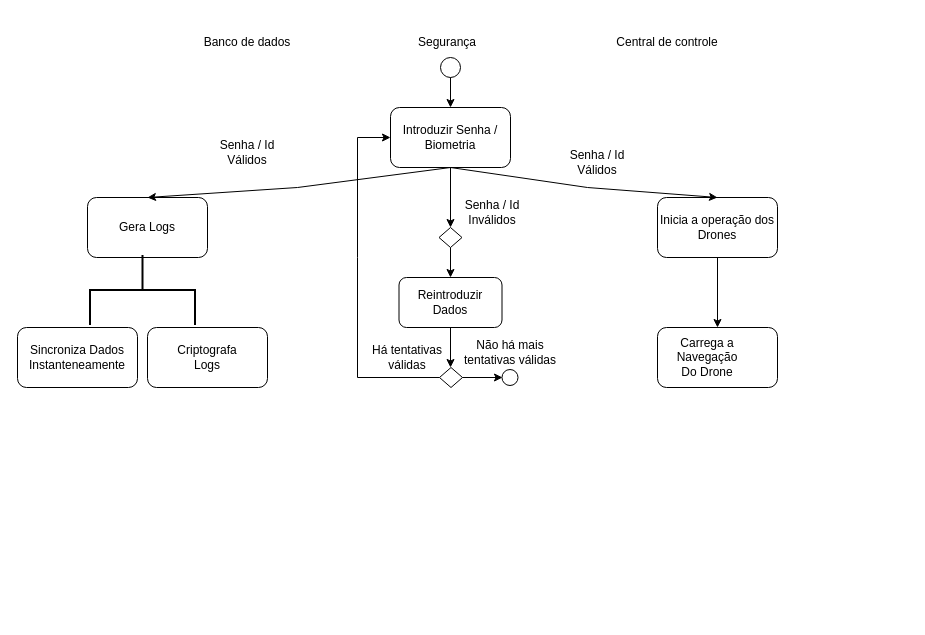
This is Diagrama sem nome.drawio from GrupoProjeto021/UML-Classroom-FCI, a draw.io file, before an edit. Source tidied: cells renumbered, new cells numbered last; positions are measured from the earlier drawing's top-left corner, leaving out a move shared by most shapes. Both pictures are drawn from the tidied source at 100%, with x=0, y=0 at pixel (17, 27).
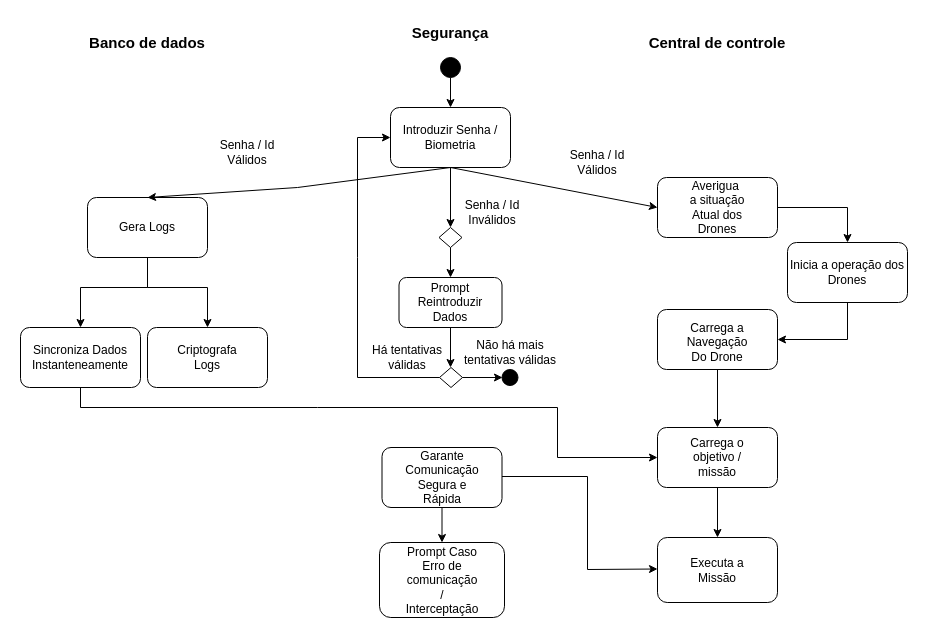
After the change.

The change refers to these unchanged cells:
```xml
<mxCell id="4" value="Introduzir Senha / Biometria" style="rounded=1;whiteSpace=wrap;html=1;" parent="1" vertex="1">
  <mxGeometry x="373" y="80" width="120" height="60" as="geometry" />
</mxCell>
<mxCell id="10" style="rounded=1;whiteSpace=wrap;html=1;" parent="1" vertex="1">
  <mxGeometry x="70" y="170" width="120" height="60" as="geometry" />
</mxCell>
<mxCell id="12" style="rounded=1;whiteSpace=wrap;html=1;" parent="1" vertex="1">
  <mxGeometry x="130" y="300" width="120" height="60" as="geometry" />
</mxCell>
```

The edit, as a diff of the source:
```diff
@@
-    <mxCell id="2" value="Segurança" style="text;html=1;align=center;verticalAlign=middle;whiteSpace=wrap;rounded=0;" parent="1" vertex="1">
-      <mxGeometry x="400" width="60" height="30" as="geometry" />
+    <mxCell id="2" value="Segurança" style="text;html=1;align=center;verticalAlign=middle;whiteSpace=wrap;rounded=0;fontSize=15;fontStyle=1;" parent="1" vertex="1">
+      <mxGeometry x="403" y="-10" width="60" height="30" as="geometry" />
     </mxCell>
-    <mxCell id="3" value="Central de controle" style="text;html=1;align=center;verticalAlign=middle;whiteSpace=wrap;rounded=0;" parent="1" vertex="1">
-      <mxGeometry x="550" width="200" height="30" as="geometry" />
+    <mxCell id="3" value="Central de controle" style="text;html=1;align=center;verticalAlign=middle;whiteSpace=wrap;rounded=0;fontSize=15;fontStyle=1;" parent="1" vertex="1">
+      <mxGeometry x="600" width="200" height="30" as="geometry" />
     </mxCell>
@@
-    <mxCell id="5" value="Banco de dados" style="text;html=1;align=center;verticalAlign=middle;whiteSpace=wrap;rounded=0;" parent="1" vertex="1">
-      <mxGeometry x="110" width="240" height="30" as="geometry" />
+    <mxCell id="5" value="Banco de dados" style="text;html=1;align=center;verticalAlign=middle;whiteSpace=wrap;rounded=0;fontSize=15;fontStyle=1;" parent="1" vertex="1">
+      <mxGeometry x="10" width="240" height="30" as="geometry" />
     </mxCell>
     <mxCell id="6" value="Inicia a operação dos Drones" style="rounded=1;whiteSpace=wrap;html=1;" parent="1" vertex="1">
-      <mxGeometry x="640" y="170" width="120" height="60" as="geometry" />
+      <mxGeometry x="770" y="215" width="120" height="60" as="geometry" />
     </mxCell>
-    <mxCell id="7" style="endArrow=classic;html=1;rounded=0;exitX=0.5;exitY=1;exitDx=0;exitDy=0;entryX=0.5;entryY=0;entryDx=0;entryDy=0;" parent="1" edge="1" source="6" target="8">
-      <mxGeometry relative="1" as="geometry" />
-    </mxCell>
     <mxCell id="8" style="rounded=1;whiteSpace=wrap;html=1;" parent="1" vertex="1">
-      <mxGeometry x="640" y="300" width="120" height="60" as="geometry" />
+      <mxGeometry x="640" y="282" width="120" height="60" as="geometry" />
     </mxCell>
     <mxCell id="9" value="Carrega a Navegação Do Drone" style="text;html=1;align=center;verticalAlign=middle;whiteSpace=wrap;rounded=0;" parent="1" vertex="1">
-      <mxGeometry x="660" y="315" width="60" height="30" as="geometry" />
+      <mxGeometry x="670" y="300" width="60" height="30" as="geometry" />
     </mxCell>
@@
     <mxCell id="14" style="rounded=1;whiteSpace=wrap;html=1;" parent="1" vertex="1">
-      <mxGeometry y="300" width="120" height="60" as="geometry" />
+      <mxGeometry x="3" y="300" width="120" height="60" as="geometry" />
     </mxCell>
-    <mxCell id="15" style="ellipse;whiteSpace=wrap;html=1;" parent="1" vertex="1">
+    <mxCell id="15" style="ellipse;whiteSpace=wrap;html=1;fillColor=#000000;" parent="1" vertex="1">
       <mxGeometry x="423" y="30" width="20" height="20" as="geometry" />
     </mxCell>
@@
-    <mxCell id="17" style="endArrow=classic;html=1;rounded=0;entryX=0.5;entryY=0;entryDx=0;entryDy=0;exitX=0.5;exitY=1;exitDx=0;exitDy=0;" parent="1" edge="1" source="4" target="6">
-      <mxGeometry relative="1" as="geometry">
-        <Array as="points">
-          <mxPoint x="570" y="160" />
-        </Array>
-      </mxGeometry>
-    </mxCell>
-    <mxCell id="18" style="strokeWidth=2;html=1;shape=mxgraph.flowchart.annotation_2;align=left;labelPosition=right;rotation=90;" parent="1" vertex="1">
-      <mxGeometry x="90" y="210" width="70" height="105" as="geometry" />
-    </mxCell>
     <mxCell id="19" value="Sincroniza Dados Instanteneamente" style="text;html=1;align=center;verticalAlign=middle;whiteSpace=wrap;rounded=0;" parent="1" vertex="1">
-      <mxGeometry x="30" y="315" width="60" height="30" as="geometry" />
+      <mxGeometry x="33" y="315" width="60" height="30" as="geometry" />
     </mxCell>
@@
-    <mxCell id="28" value="Reintroduzir&lt;div&gt;Dados&lt;/div&gt;" style="text;html=1;align=center;verticalAlign=middle;whiteSpace=wrap;rounded=0;" parent="1" vertex="1">
+    <mxCell id="28" value="Prompt Reintroduzir Dados" style="text;html=1;align=center;verticalAlign=middle;whiteSpace=wrap;rounded=0;" parent="1" vertex="1">
       <mxGeometry x="403" y="260" width="60" height="30" as="geometry" />
     </mxCell>
@@
-    <mxCell id="32" style="ellipse;whiteSpace=wrap;html=1;" parent="1" vertex="1">
+    <mxCell id="32" style="ellipse;whiteSpace=wrap;html=1;fillColor=#000000;" parent="1" vertex="1">
       <mxGeometry x="484.5" y="342" width="16" height="16" as="geometry" />
     </mxCell>
@@
+    <mxCell id="36" style="endArrow=classic;html=1;rounded=0;exitX=0.5;exitY=1;exitDx=0;exitDy=0;entryX=0.5;entryY=0;entryDx=0;entryDy=0;" parent="1" edge="1" source="10" target="12">
+      <mxGeometry relative="1" as="geometry">
+        <Array as="points">
+          <mxPoint x="130" y="260" />
+          <mxPoint x="190" y="260" />
+        </Array>
+      </mxGeometry>
+    </mxCell>
+    <mxCell id="37" style="endArrow=classic;html=1;rounded=0;exitX=0.5;exitY=1;exitDx=0;exitDy=0;entryX=0.5;entryY=0;entryDx=0;entryDy=0;" parent="1" edge="1" source="10" target="14">
+      <mxGeometry relative="1" as="geometry">
+        <Array as="points">
+          <mxPoint x="130" y="260" />
+          <mxPoint x="63" y="260" />
+        </Array>
+      </mxGeometry>
+    </mxCell>
+    <mxCell id="38" style="endArrow=classic;html=1;rounded=0;exitX=0.5;exitY=1;exitDx=0;exitDy=0;" parent="1" edge="1" source="8">
+      <mxGeometry relative="1" as="geometry">
+        <mxPoint x="700" y="400" as="targetPoint" />
+      </mxGeometry>
+    </mxCell>
+    <mxCell id="39" style="edgeStyle=orthogonalEdgeStyle;rounded=0;orthogonalLoop=1;jettySize=auto;html=1;exitX=0.5;exitY=1;exitDx=0;exitDy=0;" parent="1" edge="1" source="9" target="9">
+      <mxGeometry relative="1" as="geometry" />
+    </mxCell>
+    <mxCell id="40" style="rounded=1;whiteSpace=wrap;html=1;" parent="1" vertex="1">
+      <mxGeometry x="640" y="400" width="120" height="60" as="geometry" />
+    </mxCell>
+    <mxCell id="41" value="Carrega o objetivo / missão" style="text;html=1;align=center;verticalAlign=middle;whiteSpace=wrap;rounded=0;" parent="1" vertex="1">
+      <mxGeometry x="670" y="415" width="60" height="30" as="geometry" />
+    </mxCell>
+    <mxCell id="42" style="endArrow=classic;html=1;rounded=0;exitX=0.5;exitY=1;exitDx=0;exitDy=0;entryX=0;entryY=0.5;entryDx=0;entryDy=0;" parent="1" edge="1" source="14" target="40">
+      <mxGeometry relative="1" as="geometry">
+        <Array as="points">
+          <mxPoint x="63" y="380" />
+          <mxPoint x="300" y="380" />
+          <mxPoint x="540" y="380" />
+          <mxPoint x="540" y="430" />
+        </Array>
+      </mxGeometry>
+    </mxCell>
+    <mxCell id="43" style="endArrow=classic;html=1;rounded=0;exitX=0.5;exitY=1;exitDx=0;exitDy=0;entryX=0.5;entryY=0;entryDx=0;entryDy=0;" parent="1" edge="1" source="40" target="44">
+      <mxGeometry relative="1" as="geometry" />
+    </mxCell>
+    <mxCell id="44" style="rounded=1;whiteSpace=wrap;html=1;" parent="1" vertex="1">
+      <mxGeometry x="640" y="510" width="120" height="65" as="geometry" />
+    </mxCell>
+    <mxCell id="45" style="rounded=1;whiteSpace=wrap;html=1;" parent="1" vertex="1">
+      <mxGeometry x="640" y="150" width="120" height="60" as="geometry" />
+    </mxCell>
+    <mxCell id="46" value="Averigua&amp;nbsp; a situação Atual dos Drones" style="text;html=1;align=center;verticalAlign=middle;whiteSpace=wrap;rounded=0;" parent="1" vertex="1">
+      <mxGeometry x="670" y="165" width="60" height="30" as="geometry" />
+    </mxCell>
+    <mxCell id="47" style="endArrow=classic;html=1;rounded=0;exitX=0.5;exitY=1;exitDx=0;exitDy=0;entryX=0;entryY=0.5;entryDx=0;entryDy=0;" parent="1" edge="1" source="4" target="45">
+      <mxGeometry relative="1" as="geometry" />
+    </mxCell>
+    <mxCell id="48" style="endArrow=classic;html=1;rounded=0;exitX=1;exitY=0.5;exitDx=0;exitDy=0;entryX=0.5;entryY=0;entryDx=0;entryDy=0;" parent="1" edge="1" source="45" target="6">
+      <mxGeometry relative="1" as="geometry">
+        <Array as="points">
+          <mxPoint x="830" y="180" />
+        </Array>
+      </mxGeometry>
+    </mxCell>
+    <mxCell id="7" style="endArrow=classic;html=1;rounded=0;exitX=0.5;exitY=1;exitDx=0;exitDy=0;entryX=1;entryY=0.5;entryDx=0;entryDy=0;" parent="1" edge="1" source="6" target="8">
+      <mxGeometry relative="1" as="geometry">
+        <Array as="points">
+          <mxPoint x="830" y="312" />
+        </Array>
+      </mxGeometry>
+    </mxCell>
+    <mxCell id="49" value="Executa a Missão" style="text;html=1;align=center;verticalAlign=middle;whiteSpace=wrap;rounded=0;" parent="1" vertex="1">
+      <mxGeometry x="670" y="528" width="60" height="30" as="geometry" />
+    </mxCell>
+    <mxCell id="50" style="rounded=1;whiteSpace=wrap;html=1;" parent="1" vertex="1">
+      <mxGeometry x="364.5" y="420" width="120" height="60" as="geometry" />
+    </mxCell>
+    <mxCell id="51" value="Garante Comunicação Segura e Rápida" style="text;html=1;align=center;verticalAlign=middle;whiteSpace=wrap;rounded=0;" parent="1" vertex="1">
+      <mxGeometry x="394.5" y="435" width="60" height="30" as="geometry" />
+    </mxCell>
+    <mxCell id="52" style="endArrow=classic;html=1;rounded=0;exitX=1;exitY=0.5;exitDx=0;exitDy=0;entryX=0;entryY=0.5;entryDx=0;entryDy=0;" parent="1" edge="1">
+      <mxGeometry relative="1" as="geometry">
+        <mxPoint x="484.5" y="449" as="sourcePoint" />
+        <mxPoint x="640" y="541.5" as="targetPoint" />
+        <Array as="points">
+          <mxPoint x="570" y="449" />
+          <mxPoint x="570" y="542" />
+        </Array>
+      </mxGeometry>
+    </mxCell>
+    <mxCell id="53" style="rounded=1;whiteSpace=wrap;html=1;" parent="1" vertex="1">
+      <mxGeometry x="362" y="515" width="125" height="75" as="geometry" />
+    </mxCell>
+    <mxCell id="54" value="Prompt Caso Erro de comunicação / Interceptação" style="text;html=1;align=center;verticalAlign=middle;whiteSpace=wrap;rounded=0;" parent="1" vertex="1">
+      <mxGeometry x="394.5" y="537.5" width="60" height="30" as="geometry" />
+    </mxCell>
+    <mxCell id="55" style="endArrow=classic;html=1;rounded=0;exitX=0.5;exitY=1;exitDx=0;exitDy=0;entryX=0.5;entryY=0;entryDx=0;entryDy=0;" parent="1" edge="1" source="50" target="53">
+      <mxGeometry relative="1" as="geometry" />
+    </mxCell>
```
